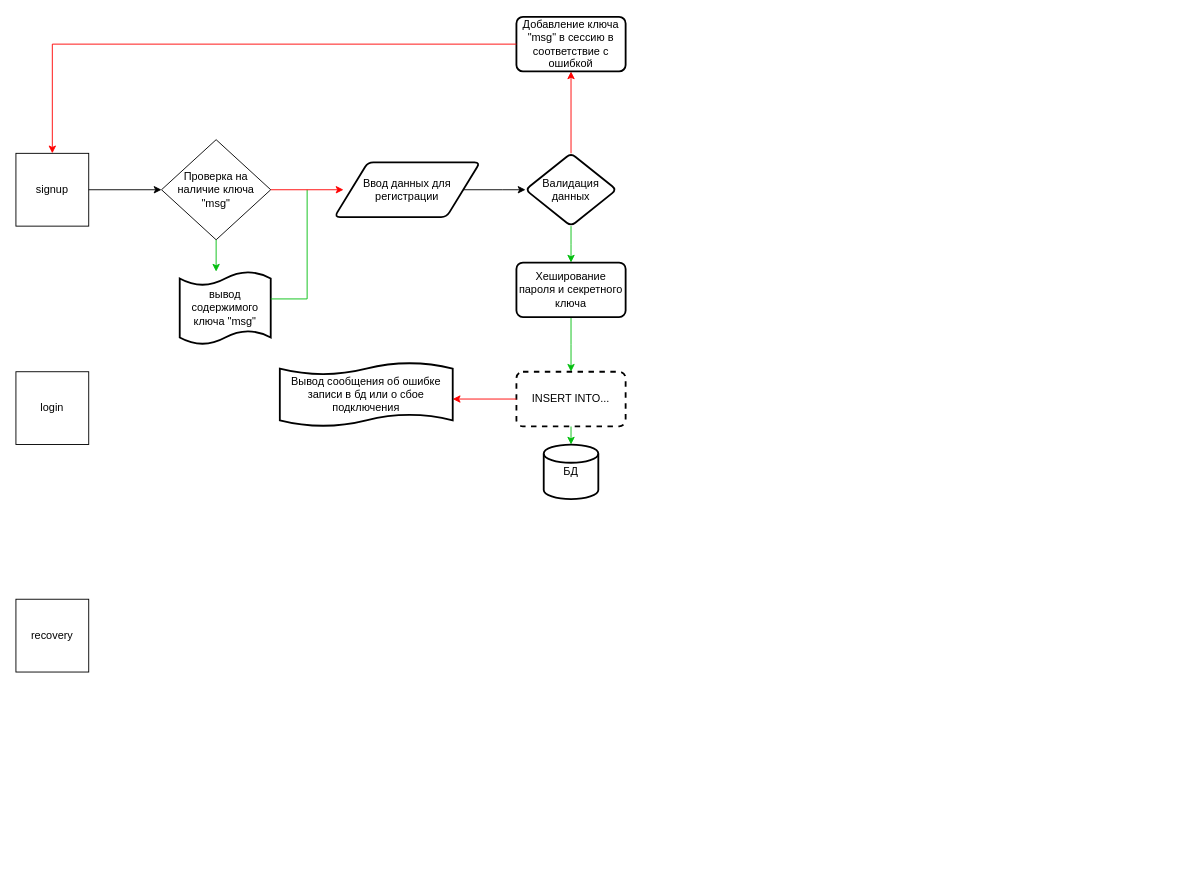
Galimimus/laba_1 keeps this draw.io diagram as Диаграмма без названия.drawio. Above is the earlier version. Source tidied: cells renumbered, new cells numbered last; positions are measured from the earlier drawing's top-left corner, leaving out a move shared by most shapes. Both pictures are drawn from the tidied source at 91%, with x=0, y=0 at pixel (15, 16).
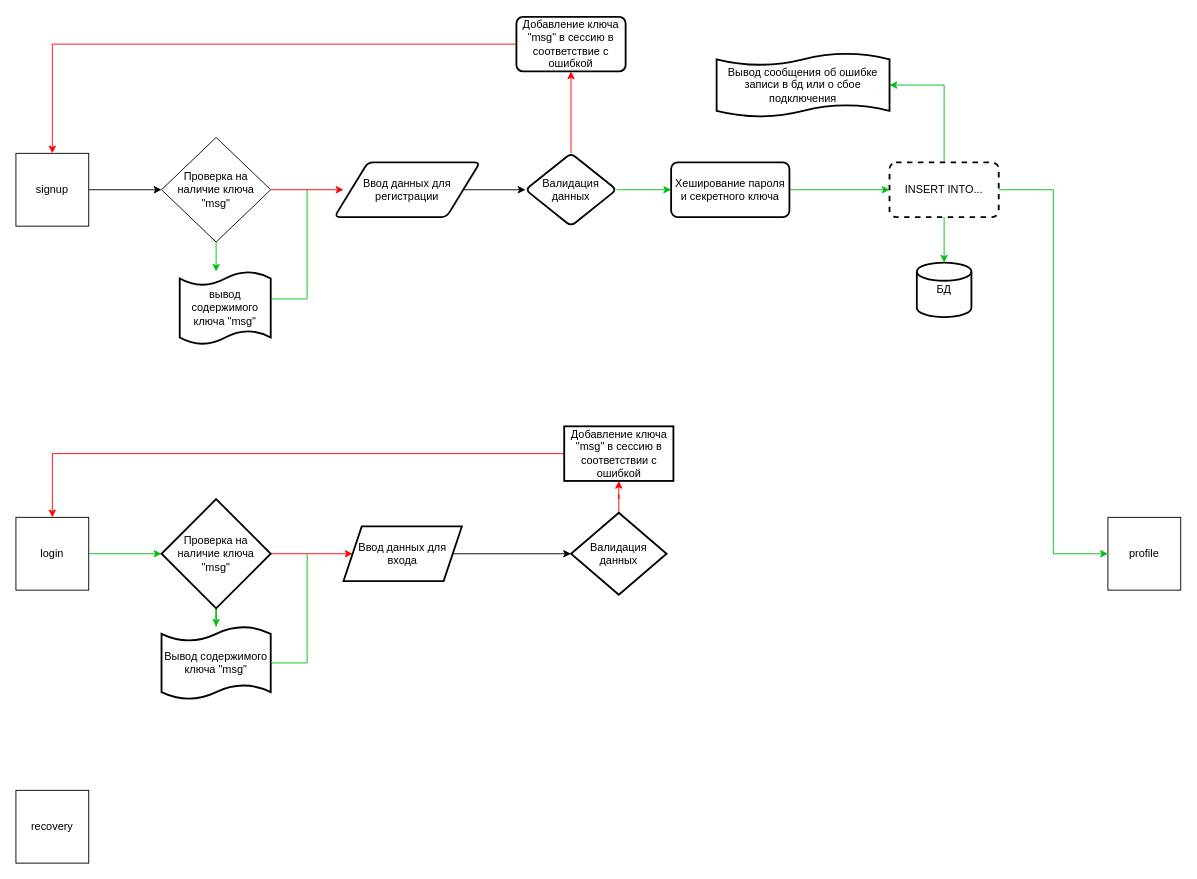
The same page after the edit.

The change refers to these unchanged cells:
```xml
<mxCell id="15" value="Валидация данных" style="rhombus;whiteSpace=wrap;html=1;strokeWidth=2;rounded=1;arcSize=12;" parent="1" vertex="1">
  <mxGeometry x="560" y="150" width="100" height="80" as="geometry" />
</mxCell>
```

What changed in the source:
```diff
@@
     <mxCell id="3" value="recovery" style="whiteSpace=wrap;html=1;" parent="1" vertex="1">
-      <mxGeometry y="640" width="80" height="80" as="geometry" />
+      <mxGeometry y="850" width="80" height="80" as="geometry" />
     </mxCell>
+    <mxCell id="25" style="edgeStyle=orthogonalEdgeStyle;rounded=0;jettySize=auto;html=1;exitX=1;exitY=0.5;exitDx=0;exitDy=0;strokeColor=#04BF10;" parent="1" edge="1" source="4">
+      <mxGeometry relative="1" as="geometry">
+        <mxPoint x="160" y="590" as="targetPoint" />
+      </mxGeometry>
+    </mxCell>
     <mxCell id="4" value="login" style="whiteSpace=wrap;html=1;" parent="1" vertex="1">
-      <mxGeometry y="390" width="80" height="80" as="geometry" />
+      <mxGeometry y="550" width="80" height="80" as="geometry" />
     </mxCell>
@@
     <mxCell id="6" value="Проверка на наличие ключа &quot;msg&quot;" style="rhombus;whiteSpace=wrap;html=1;" parent="1" vertex="1">
-      <mxGeometry x="160" y="135" width="120" height="110" as="geometry" />
+      <mxGeometry x="160" y="132.5" width="120" height="115" as="geometry" />
     </mxCell>
@@
-    <mxCell id="14" style="edgeStyle=orthogonalEdgeStyle;rounded=0;jettySize=auto;html=1;strokeColor=#04BF10;" parent="1" edge="1" source="15">
-      <mxGeometry relative="1" as="geometry">
-        <mxPoint x="610" y="270" as="targetPoint" />
-      </mxGeometry>
-    </mxCell>
+    <mxCell id="26" style="edgeStyle=orthogonalEdgeStyle;rounded=0;jettySize=auto;html=1;exitX=1;exitY=0.5;exitDx=0;exitDy=0;entryX=0;entryY=0.5;entryDx=0;entryDy=0;strokeColor=#04BF10;" parent="1" edge="1" source="15" target="19">
+      <mxGeometry relative="1" as="geometry" />
+    </mxCell>
@@
-    <mxCell id="18" style="edgeStyle=orthogonalEdgeStyle;rounded=0;jettySize=auto;html=1;strokeColor=#04BF10;" parent="1" edge="1" source="19">
-      <mxGeometry relative="1" as="geometry">
-        <mxPoint x="610" y="390" as="targetPoint" />
-      </mxGeometry>
-    </mxCell>
+    <mxCell id="27" style="edgeStyle=orthogonalEdgeStyle;rounded=0;jettySize=auto;html=1;exitX=1;exitY=0.5;exitDx=0;exitDy=0;entryX=0;entryY=0.5;entryDx=0;entryDy=0;strokeColor=#04BF10;" parent="1" edge="1" source="19" target="21">
+      <mxGeometry relative="1" as="geometry" />
+    </mxCell>
     <mxCell id="19" value="Хеширование пароля и секретного ключа" style="whiteSpace=wrap;html=1;strokeWidth=2;rounded=1;arcSize=12;" parent="1" vertex="1">
-      <mxGeometry x="550" y="270" width="120" height="60" as="geometry" />
+      <mxGeometry x="720" y="160" width="130" height="60" as="geometry" />
     </mxCell>
-    <mxCell id="20" style="edgeStyle=orthogonalEdgeStyle;rounded=0;jettySize=auto;html=1;strokeColor=#04BF10;" parent="1" edge="1" source="21">
-      <mxGeometry relative="1" as="geometry">
-        <mxPoint x="610" y="470" as="targetPoint" />
-      </mxGeometry>
-    </mxCell>
+    <mxCell id="28" style="edgeStyle=orthogonalEdgeStyle;rounded=0;jettySize=auto;html=1;strokeColor=#04BF10;entryX=0;entryY=0.5;entryDx=0;entryDy=0;" parent="1" edge="1" source="21" target="31">
+      <mxGeometry relative="1" as="geometry" />
+    </mxCell>
+    <mxCell id="29" style="edgeStyle=orthogonalEdgeStyle;rounded=0;jettySize=auto;html=1;exitX=0.5;exitY=0;exitDx=0;exitDy=0;entryX=1;entryY=0.5;entryDx=0;entryDy=0;entryPerimeter=0;strokeColor=#04BF10;" parent="1" edge="1" source="21" target="24">
+      <mxGeometry relative="1" as="geometry" />
+    </mxCell>
+    <mxCell id="30" style="edgeStyle=orthogonalEdgeStyle;rounded=0;jettySize=auto;html=1;exitX=0.5;exitY=1;exitDx=0;exitDy=0;entryX=0.5;entryY=0;entryDx=0;entryDy=0;entryPerimeter=0;strokeColor=#04BF10;" parent="1" edge="1" source="21" target="22">
+      <mxGeometry relative="1" as="geometry" />
+    </mxCell>
     <mxCell id="21" value="INSERT INTO..." style="whiteSpace=wrap;html=1;strokeWidth=2;rounded=1;arcSize=12;dashed=1;" parent="1" vertex="1">
-      <mxGeometry x="550" y="390" width="120" height="60" as="geometry" />
+      <mxGeometry x="960" y="160" width="120" height="60" as="geometry" />
     </mxCell>
     <mxCell id="22" value="БД" style="strokeWidth=2;html=1;shape=mxgraph.flowchart.database;whiteSpace=wrap;" parent="1" vertex="1">
-      <mxGeometry x="580" y="470" width="60" height="60" as="geometry" />
+      <mxGeometry x="990" y="270" width="60" height="60" as="geometry" />
     </mxCell>
-    <mxCell id="23" style="endArrow=classic;html=1;rounded=0;strokeColor=#FF0000;" parent="1" edge="1">
-      <mxGeometry relative="1" as="geometry">
-        <mxPoint x="550" y="420" as="sourcePoint" />
-        <mxPoint x="480" y="420" as="targetPoint" />
-        <Array as="points">
-          <mxPoint x="550" y="420" />
-        </Array>
-      </mxGeometry>
-    </mxCell>
     <mxCell id="24" value="Вывод сообщения об ошибке записи в бд или о сбое подключения" style="shape=tape;whiteSpace=wrap;html=1;strokeWidth=2;size=0.19;" parent="1" vertex="1">
-      <mxGeometry x="290" y="380" width="190" height="70" as="geometry" />
+      <mxGeometry x="770" y="40" width="190" height="70" as="geometry" />
     </mxCell>
+    <mxCell id="31" value="profile" style="whiteSpace=wrap;html=1;" parent="1" vertex="1">
+      <mxGeometry x="1200" y="550" width="80" height="80" as="geometry" />
+    </mxCell>
+    <mxCell id="32" style="edgeStyle=orthogonalEdgeStyle;rounded=0;jettySize=auto;html=1;strokeColor=#04BF10;" parent="1" edge="1" source="34" target="35">
+      <mxGeometry relative="1" as="geometry" />
+    </mxCell>
+    <mxCell id="33" style="edgeStyle=orthogonalEdgeStyle;rounded=0;jettySize=auto;html=1;strokeColor=#FF0000;" parent="1" edge="1" source="34" target="37">
+      <mxGeometry relative="1" as="geometry" />
+    </mxCell>
+    <mxCell id="34" value="Проверка на наличие ключа &quot;msg&quot;" style="strokeWidth=2;html=1;shape=mxgraph.flowchart.decision;whiteSpace=wrap;" parent="1" vertex="1">
+      <mxGeometry x="160" y="530" width="120" height="120" as="geometry" />
+    </mxCell>
+    <mxCell id="35" value="Вывод содержимого ключа &quot;msg&quot;" style="shape=tape;whiteSpace=wrap;html=1;strokeWidth=2;size=0.2;" parent="1" vertex="1">
+      <mxGeometry x="160" y="670" width="120" height="80" as="geometry" />
+    </mxCell>
+    <mxCell id="36" style="edgeStyle=orthogonalEdgeStyle;rounded=0;jettySize=auto;html=1;strokeColor=#000000;" parent="1" edge="1" source="37" target="40">
+      <mxGeometry relative="1" as="geometry" />
+    </mxCell>
+    <mxCell id="37" value="Ввод данных для входа" style="shape=parallelogram;perimeter=parallelogramPerimeter;whiteSpace=wrap;html=1;fixedSize=1;strokeWidth=2;" parent="1" vertex="1">
+      <mxGeometry x="360" y="560" width="130" height="60" as="geometry" />
+    </mxCell>
+    <mxCell id="38" style="endArrow=none;html=1;rounded=0;strokeColor=#04BF10;" parent="1" edge="1">
+      <mxGeometry relative="1" as="geometry">
+        <mxPoint x="280" y="710" as="sourcePoint" />
+        <mxPoint x="320" y="590" as="targetPoint" />
+        <Array as="points">
+          <mxPoint x="320" y="710" />
+        </Array>
+      </mxGeometry>
+    </mxCell>
+    <mxCell id="39" style="edgeStyle=orthogonalEdgeStyle;rounded=0;jettySize=auto;html=1;strokeColor=#FF0000;" parent="1" edge="1" source="40" target="42">
+      <mxGeometry relative="1" as="geometry" />
+    </mxCell>
+    <mxCell id="40" value="Валидация данных" style="rhombus;whiteSpace=wrap;html=1;strokeWidth=2;" parent="1" vertex="1">
+      <mxGeometry x="610" y="545" width="105" height="90" as="geometry" />
+    </mxCell>
+    <mxCell id="41" style="edgeStyle=orthogonalEdgeStyle;rounded=0;jettySize=auto;html=1;exitX=0;exitY=0.5;exitDx=0;exitDy=0;entryX=0.5;entryY=0;entryDx=0;entryDy=0;strokeColor=#FF0000;" parent="1" edge="1" source="42" target="4">
+      <mxGeometry relative="1" as="geometry" />
+    </mxCell>
+    <mxCell id="42" value="Добавление ключа &quot;msg&quot; в сессию в соответствии с ошибкой" style="whiteSpace=wrap;html=1;strokeWidth=2;" parent="1" vertex="1">
+      <mxGeometry x="602.5" y="450" width="120" height="60" as="geometry" />
+    </mxCell>
```
